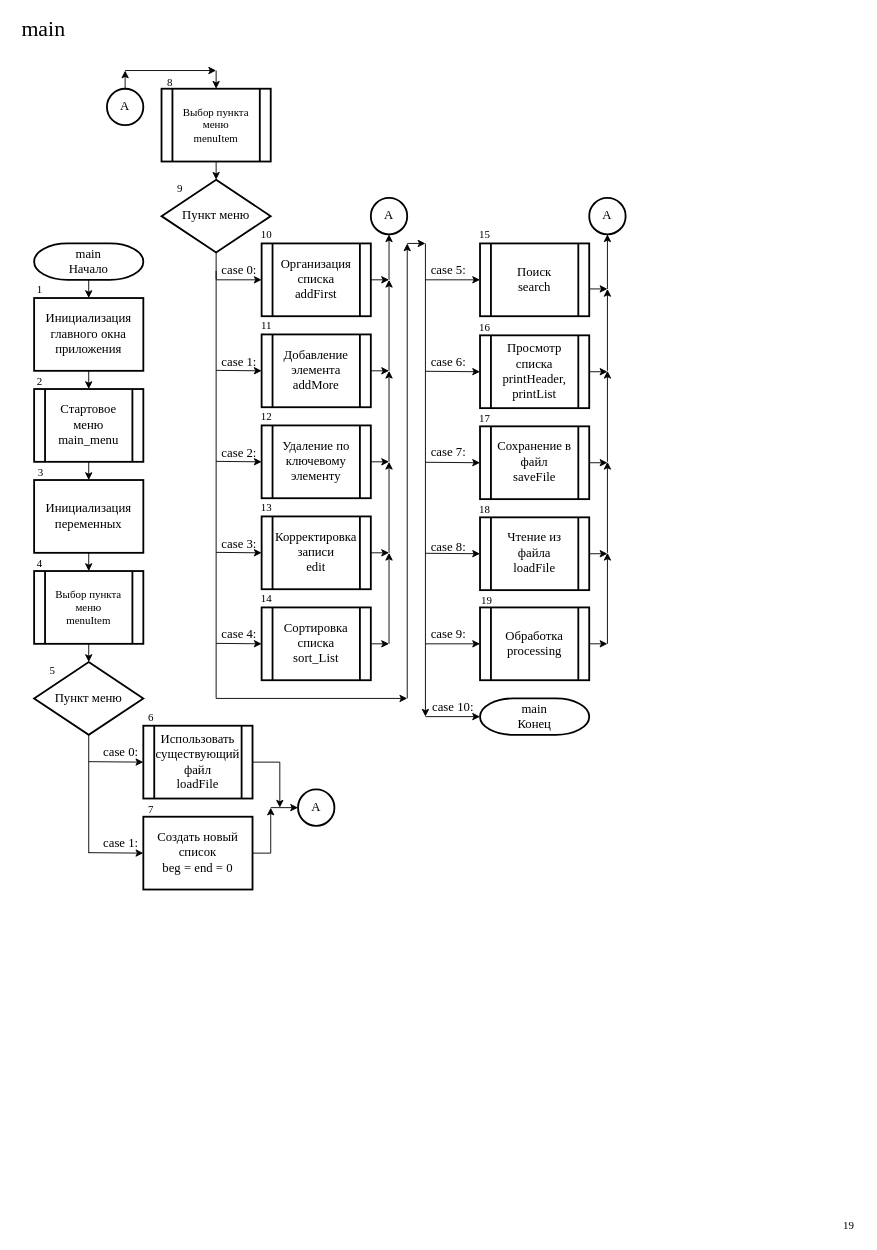
Earlier version of the draw.io diagram page "main" (1 of 12) of Структурные схемы для КП.drawio (noidoRG/my-draw.io). Source tidied: cells renumbered, new cells numbered last; positions are measured from the earlier drawing's top-left corner, leaving out a move shared by most shapes. Both pictures are drawn from the tidied source at 91%, with x=0, y=0 at pixel (15, 15).
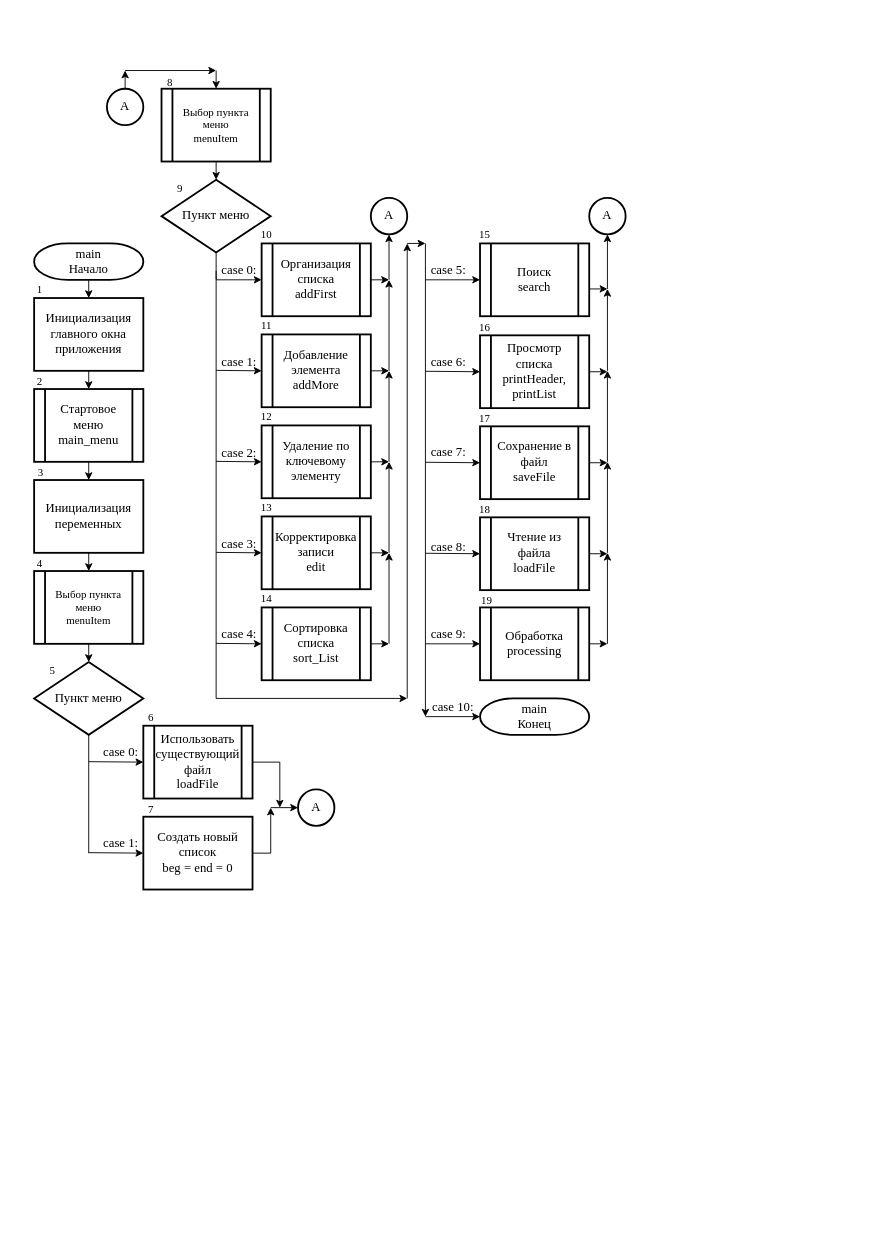
After the change.

The edit, as a diff of the source:
```diff
@@
-    <mxCell id="94" value="&lt;font style=&quot;font-size: 24px&quot;&gt;main&lt;/font&gt;" style="text;html=1;align=center;verticalAlign=middle;strokeColor=none;fillColor=none;fontSize=14;fontFamily=Times New Roman;" parent="1" vertex="1">
-      <mxGeometry width="60" height="30" as="geometry" />
-    </mxCell>
@@
-    <mxCell id="113" value="19" style="text;html=1;align=center;verticalAlign=middle;strokeColor=none;fillColor=none;fontSize=12;fontFamily=Times New Roman;" parent="1" vertex="1">
-      <mxGeometry x="900" y="1320" width="30" height="20" as="geometry" />
-    </mxCell>
```
